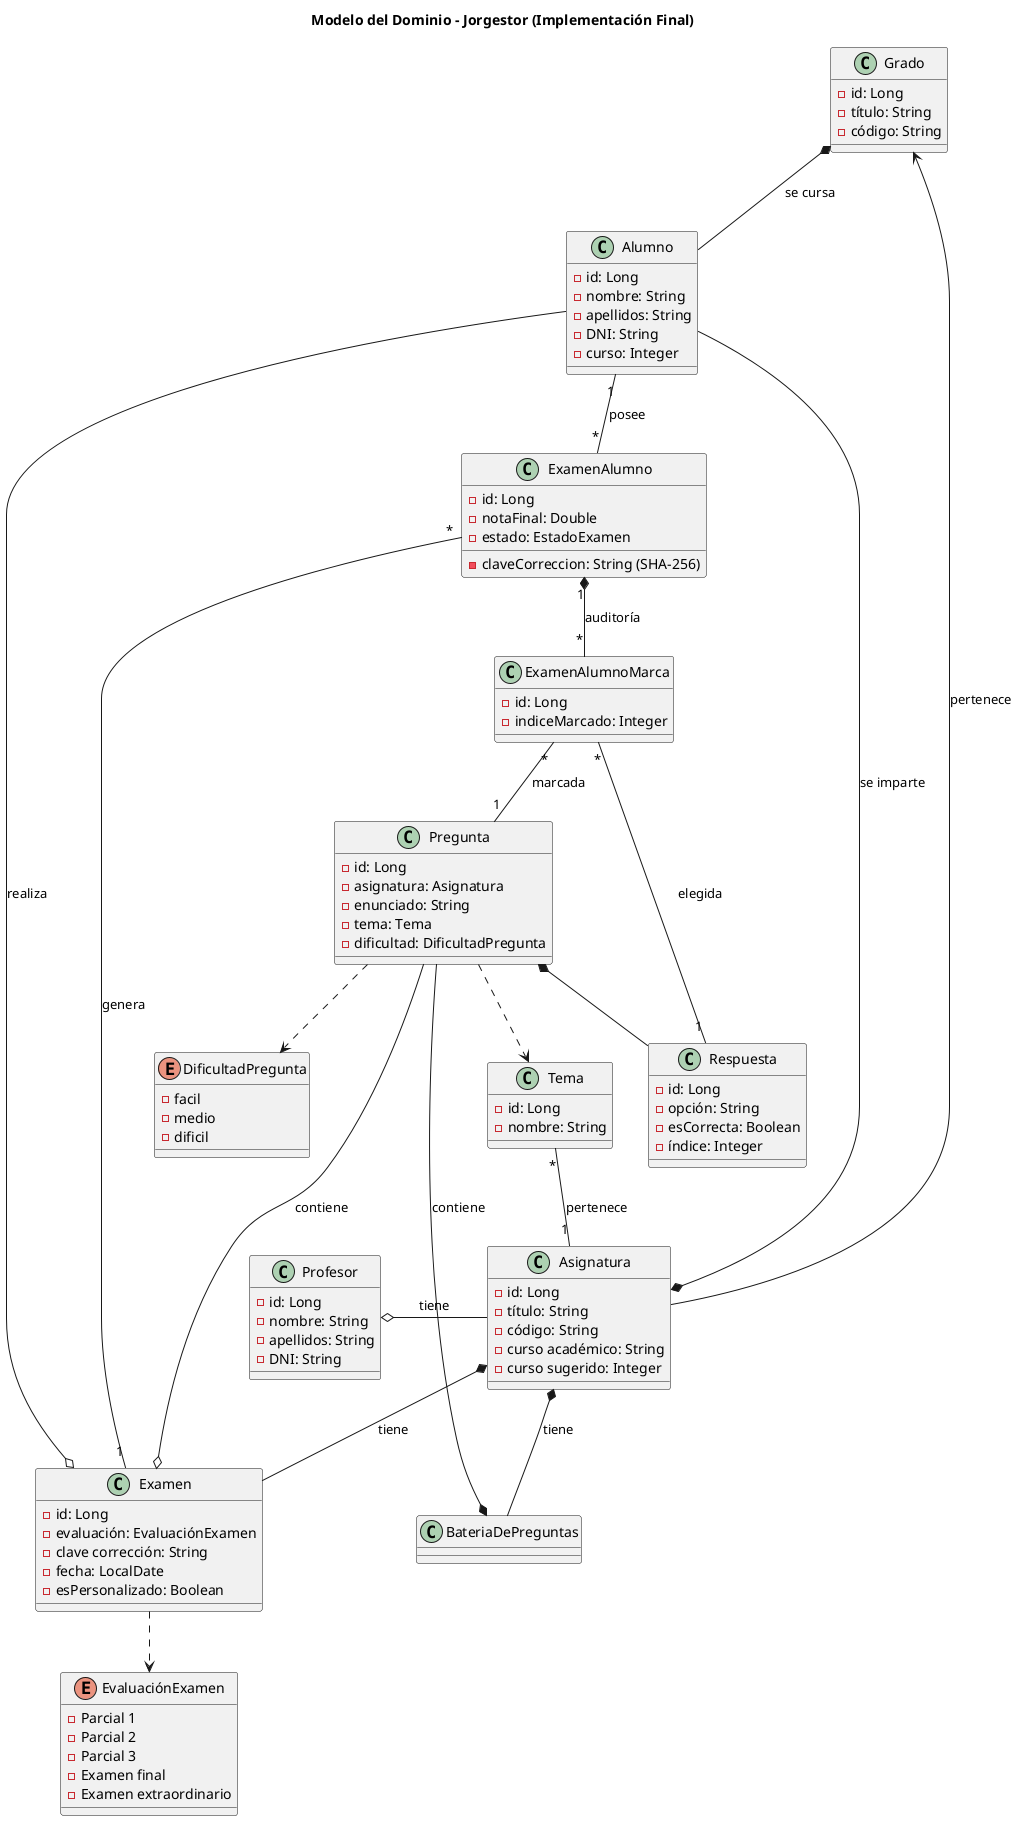
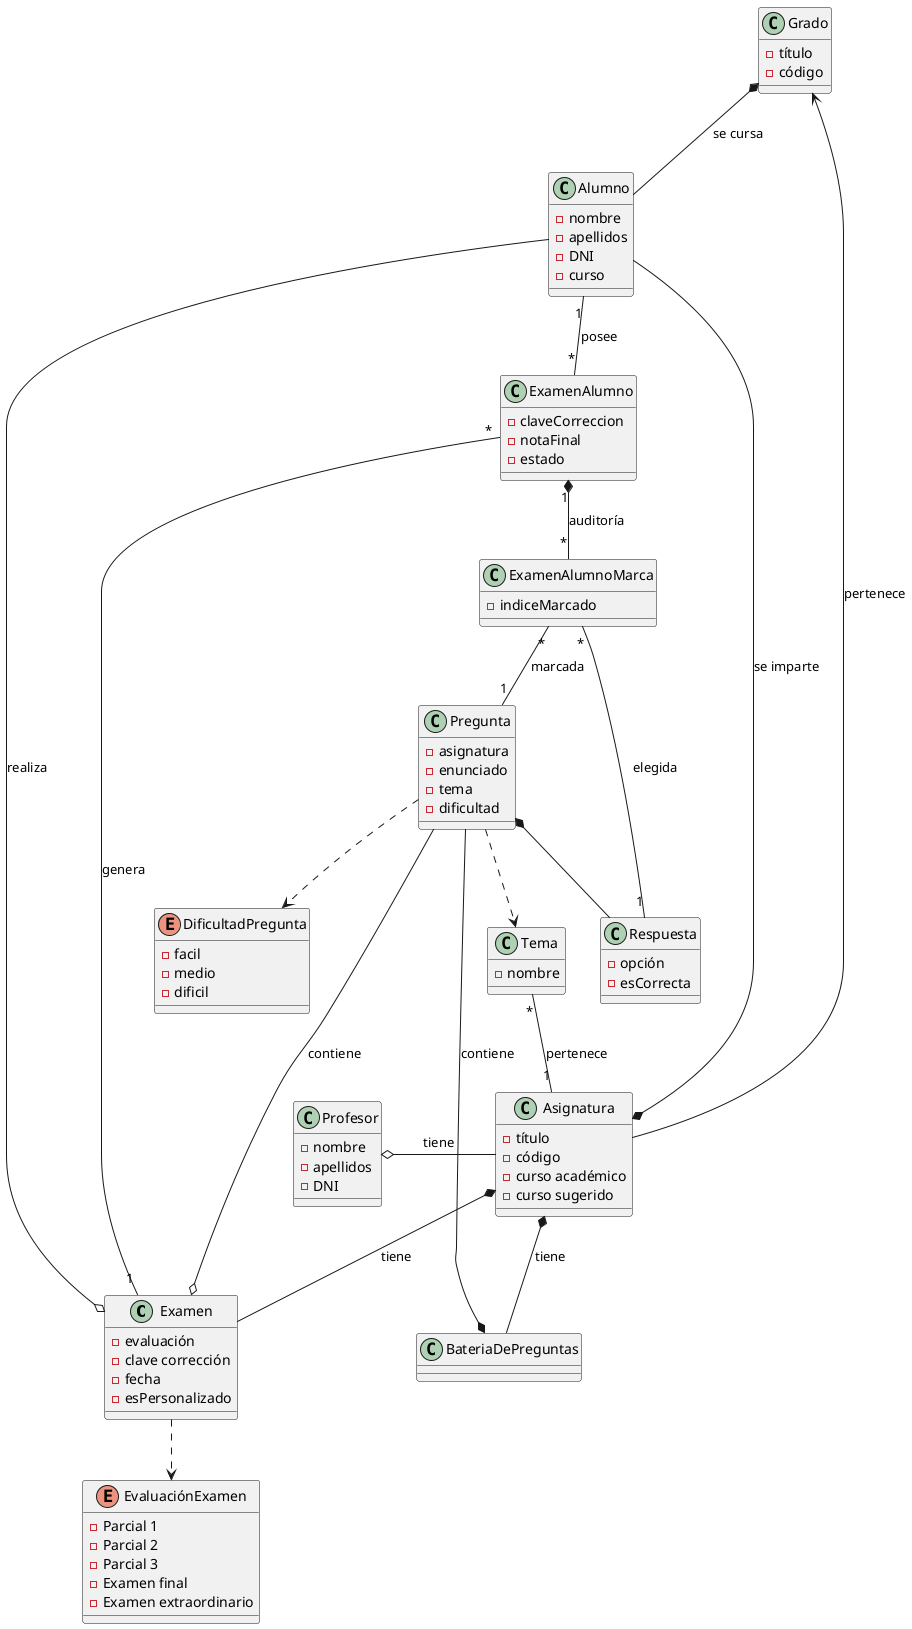
@startuml
- title Modelo del Dominio - Jorgestor (Implementación Final)
- 
- ' Restauramos la estética plana/orgánica del original que te gustaba

class Examen{
-  -id: Long
-  -evaluación: EvaluaciónExamen
-  -clave corrección: String
-  -fecha: LocalDate
-  -esPersonalizado: Boolean
+  - evaluación
+  - clave corrección
+  - fecha
+  - esPersonalizado
}
- 
class Asignatura{
-  -id: Long
-  -título: String
-  -código: String
-  -curso académico: String
-  -curso sugerido: Integer
+  - título
+  - código
+  - curso académico
+  - curso sugerido
}
- 
class Pregunta{
-  -id: Long
-  -asignatura: Asignatura
-  -enunciado: String
-  -tema: Tema
-  -dificultad: DificultadPregunta
+  - asignatura
+  - enunciado
+  - tema
+  - dificultad
}
- 
class BateriaDePreguntas{
}
- 
class Grado{
-  -id: Long
-  -título: String
-  -código: String
+  - título
+  - código
}
- 
class Profesor{
-  -id: Long
-  -nombre: String
-  -apellidos: String
-  -DNI: String
+  - nombre
+  - apellidos
+  - DNI
}
- 
class Alumno{
-  -id: Long
-  -nombre: String
-  -apellidos: String
-  -DNI: String
-  -curso: Integer
+  - nombre
+  - apellidos
+  - DNI
+  - curso
}
- 
enum EvaluaciónExamen{
-  -Parcial 1
-  -Parcial 2
-  -Parcial 3
-  -Examen final
-  -Examen extraordinario
+  - Parcial 1
+  - Parcial 2
+  - Parcial 3
+  - Examen final
+  - Examen extraordinario
}
- 
enum DificultadPregunta{
-  -facil
-  -medio
-  -dificil
+  - facil
+  - medio
+  - dificil
}

class Respuesta{
-  -id: Long
-  -opción: String
-  -esCorrecta: Boolean
-  -índice: Integer
+  - opción
+  - esCorrecta
}

class Tema{
-  -id: Long
-  -nombre: String
+  - nombre
}

class ExamenAlumno {
-  -id: Long
-  -claveCorreccion: String (SHA-256)
-  -notaFinal: Double
-  -estado: EstadoExamen
+  - claveCorreccion
+  - notaFinal
+  - estado
}

class ExamenAlumnoMarca {
-  -id: Long
-  -indiceMarcado: Integer
+  - indiceMarcado
}

- ' Relaciones del diagrama original (Baseline) restauradas estéticamente
Respuesta -u-* Pregunta
Pregunta ..> DificultadPregunta
Pregunta -u-o Examen : contiene
Pregunta -u-* BateriaDePreguntas : contiene
Examen ..> EvaluaciónExamen
BateriaDePreguntas -u-* Asignatura : tiene
Examen -u-* Asignatura : tiene
Profesor o-r- Asignatura : tiene
Asignatura --> Grado : pertenece
Alumno -u-o Examen : realiza
Alumno -u-* Asignatura : se imparte
Alumno -u-* Grado : se cursa
Pregunta ..> Tema

- ' Extensiones integradas orgánicamente
+ ' Extensiones de la implementación
Examen "1" -- "*" ExamenAlumno : genera
Alumno "1" -- "*" ExamenAlumno : posee
ExamenAlumno "1" *-- "*" ExamenAlumnoMarca : auditoría
ExamenAlumnoMarca "*" -- "1" Pregunta : marcada
ExamenAlumnoMarca "*" -- "1" Respuesta : elegida
Tema "*" -- "1" Asignatura : pertenece

@enduml
